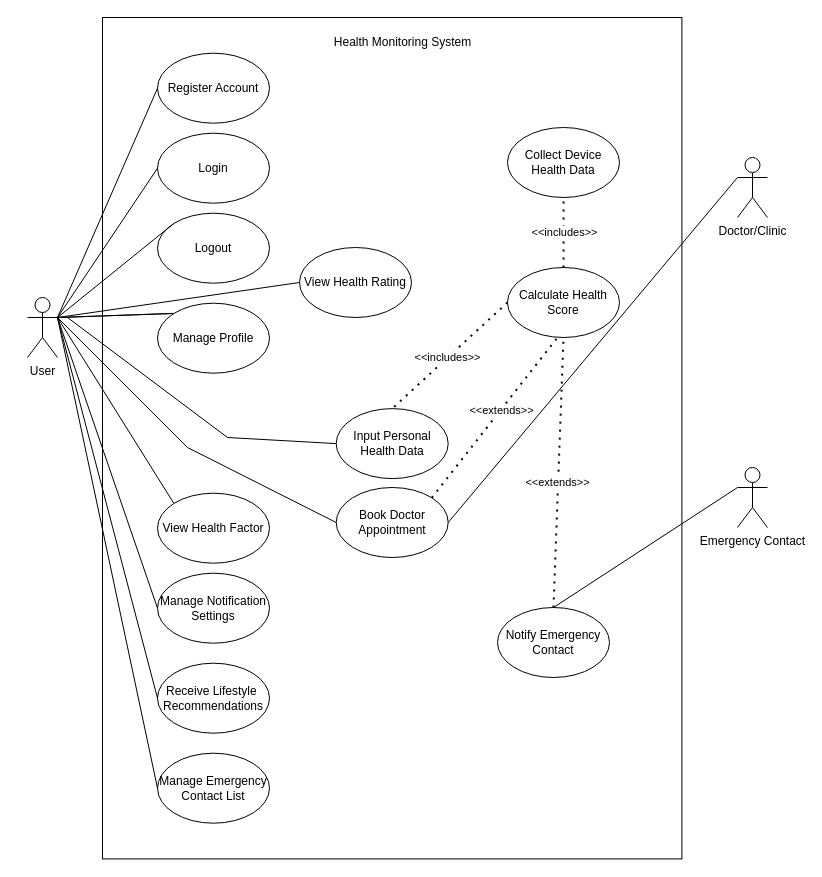
Before: design/Use Case Diagram MyClinic.drawio in igl-nigal/MyClinic, a draw.io diagram. Source tidied: cells renumbered, new cells numbered last; positions are measured from the earlier drawing's top-left corner, leaving out a move shared by most shapes. Both pictures are drawn from the tidied source at 100%, with x=0, y=0 at pixel (-29, 27).
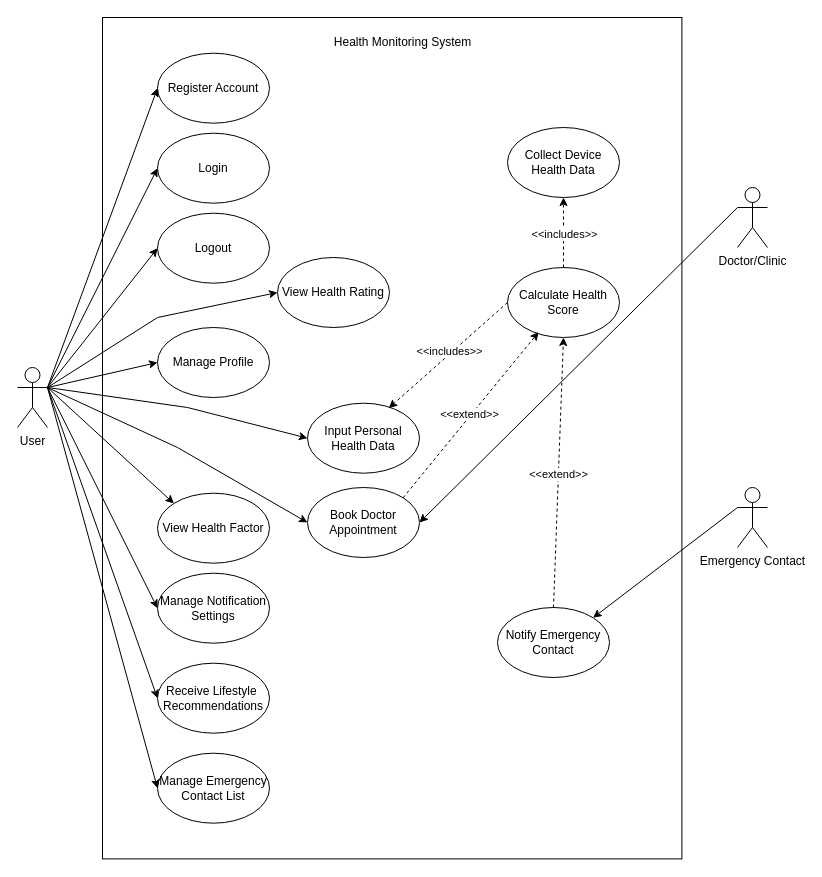
The same diagram, later.

The change refers to these unchanged cells:
```xml
<mxCell id="7" value="Collect Device Health Data" style="ellipse;whiteSpace=wrap;html=1;" parent="1" vertex="1">
  <mxGeometry x="536" y="100" width="112" height="70" as="geometry" />
</mxCell>
<mxCell id="8" value="Register Account" style="ellipse;whiteSpace=wrap;html=1;" parent="1" vertex="1">
  <mxGeometry x="186" y="25.7" width="112" height="70" as="geometry" />
</mxCell>
<mxCell id="9" value="Login" style="ellipse;whiteSpace=wrap;html=1;" parent="1" vertex="1">
  <mxGeometry x="186" y="105.7" width="112" height="70" as="geometry" />
</mxCell>
<mxCell id="10" value="Logout" style="ellipse;whiteSpace=wrap;html=1;" parent="1" vertex="1">
  <mxGeometry x="186" y="185.7" width="112" height="70" as="geometry" />
</mxCell>
<mxCell id="12" value="Calculate Health Score" style="ellipse;whiteSpace=wrap;html=1;" parent="1" vertex="1">
  <mxGeometry x="536" y="240" width="112" height="70" as="geometry" />
</mxCell>
<mxCell id="14" value="Receive Lifestyle&amp;nbsp; Recommendations" style="ellipse;whiteSpace=wrap;html=1;" parent="1" vertex="1">
  <mxGeometry x="186" y="635.7" width="112" height="70" as="geometry" />
</mxCell>
<mxCell id="16" value="Notify Emergency Contact" style="ellipse;whiteSpace=wrap;html=1;" parent="1" vertex="1">
  <mxGeometry x="526" y="580" width="112" height="70" as="geometry" />
</mxCell>
<mxCell id="17" value="Manage Notification Settings" style="ellipse;whiteSpace=wrap;html=1;" parent="1" vertex="1">
  <mxGeometry x="186" y="545.7" width="112" height="70" as="geometry" />
</mxCell>
<mxCell id="18" value="Manage Emergency Contact List" style="ellipse;whiteSpace=wrap;html=1;" parent="1" vertex="1">
  <mxGeometry x="186" y="725.7" width="112" height="70" as="geometry" />
</mxCell>
```

The edit, as a diff of the source:
```diff
@@
     <mxCell id="2" value="User" style="shape=umlActor;verticalLabelPosition=bottom;verticalAlign=top;html=1;outlineConnect=0;" parent="1" vertex="1">
-      <mxGeometry x="56" y="270" width="30" height="60" as="geometry" />
+      <mxGeometry x="46" y="340" width="30" height="60" as="geometry" />
     </mxCell>
@@
     <mxCell id="4" value="Doctor/Clinic" style="shape=umlActor;verticalLabelPosition=bottom;verticalAlign=top;html=1;outlineConnect=0;" parent="1" vertex="1">
-      <mxGeometry x="766" y="130" width="30" height="60" as="geometry" />
+      <mxGeometry x="766" y="160" width="30" height="60" as="geometry" />
     </mxCell>
     <mxCell id="5" value="Emergency Contact" style="shape=umlActor;verticalLabelPosition=bottom;verticalAlign=top;html=1;outlineConnect=0;" parent="1" vertex="1">
-      <mxGeometry x="766" y="440" width="30" height="60" as="geometry" />
+      <mxGeometry x="766" y="460" width="30" height="60" as="geometry" />
     </mxCell>
@@
     <mxCell id="11" value="Input Personal Health Data" style="ellipse;whiteSpace=wrap;html=1;" parent="1" vertex="1">
-      <mxGeometry x="364.7" y="381.1" width="112" height="70" as="geometry" />
+      <mxGeometry x="336" y="375.7" width="112" height="70" as="geometry" />
     </mxCell>
@@
     <mxCell id="13" value="View Health Rating" style="ellipse;whiteSpace=wrap;html=1;" parent="1" vertex="1">
-      <mxGeometry x="328" y="220" width="112" height="70" as="geometry" />
+      <mxGeometry x="306" y="230" width="112" height="70" as="geometry" />
     </mxCell>
@@
     <mxCell id="15" value="Book Doctor Appointment" style="ellipse;whiteSpace=wrap;html=1;" parent="1" vertex="1">
-      <mxGeometry x="364.7" y="460" width="112" height="70" as="geometry" />
+      <mxGeometry x="336" y="460" width="112" height="70" as="geometry" />
     </mxCell>
@@
+    <mxCell id="39" value="Manage Profile" style="ellipse;whiteSpace=wrap;html=1;" parent="1" vertex="1">
+      <mxGeometry x="186" y="300" width="112" height="70" as="geometry" />
+    </mxCell>
+    <mxCell id="41" value="View Health Factor" style="ellipse;whiteSpace=wrap;html=1;" parent="1" vertex="1">
+      <mxGeometry x="186" y="465.7" width="112" height="70" as="geometry" />
+    </mxCell>
-    <mxCell id="19" style="endArrow=none;html=1;rounded=0;entryX=0;entryY=0.5;entryDx=0;entryDy=0;exitX=1;exitY=0.3333333333333333;exitDx=0;exitDy=0;exitPerimeter=0;" parent="1" edge="1" source="2" target="8">
+    <mxCell id="19" style="endArrow=classic;html=1;rounded=0;exitX=1;exitY=0.3333333333333333;exitDx=0;exitDy=0;exitPerimeter=0;entryX=0;entryY=0.5;entryDx=0;entryDy=0;" parent="1" edge="1" source="2" target="8">
       <mxGeometry relative="1" as="geometry" />
     </mxCell>
-    <mxCell id="20" style="endArrow=none;html=1;rounded=0;entryX=1;entryY=0.3333333333333333;entryDx=0;entryDy=0;entryPerimeter=0;exitX=0;exitY=0.5;exitDx=0;exitDy=0;" parent="1" edge="1" source="9" target="2">
-      <mxGeometry relative="1" as="geometry" />
-    </mxCell>
+    <mxCell id="43" style="endArrow=classic;html=1;rounded=0;entryX=0;entryY=0.5;entryDx=0;entryDy=0;exitX=1;exitY=0.3333333333333333;exitDx=0;exitDy=0;exitPerimeter=0;" parent="1" edge="1" source="2" target="9">
+      <mxGeometry relative="1" as="geometry" />
+    </mxCell>
-    <mxCell id="21" style="endArrow=none;html=1;rounded=0;entryX=0;entryY=0;entryDx=0;entryDy=0;exitX=1;exitY=0.3333333333333333;exitDx=0;exitDy=0;exitPerimeter=0;" parent="1" edge="1" source="2" target="10">
+    <mxCell id="21" style="endArrow=classic;html=1;rounded=0;entryX=0;entryY=0.5;entryDx=0;entryDy=0;exitX=1;exitY=0.3333333333333333;exitDx=0;exitDy=0;exitPerimeter=0;" parent="1" edge="1" source="2" target="10">
       <mxGeometry relative="1" as="geometry" />
     </mxCell>
-    <mxCell id="22" style="endArrow=none;html=1;rounded=0;exitX=1;exitY=0.3333333333333333;exitDx=0;exitDy=0;exitPerimeter=0;entryX=0;entryY=0;entryDx=0;entryDy=0;" parent="1" edge="1" source="2" target="39">
-      <mxGeometry relative="1" as="geometry" />
-    </mxCell>
-    <mxCell id="23" style="endArrow=none;html=1;rounded=0;entryX=0;entryY=0.5;entryDx=0;entryDy=0;" parent="1" edge="1" target="11">
-      <mxGeometry relative="1" as="geometry">
-        <mxPoint x="96" y="290" as="sourcePoint" />
-        <Array as="points">
-          <mxPoint x="256" y="410" />
-        </Array>
-      </mxGeometry>
-    </mxCell>
-    <mxCell id="24" style="endArrow=none;html=1;rounded=0;entryX=0;entryY=0.5;entryDx=0;entryDy=0;exitX=1;exitY=0.3333333333333333;exitDx=0;exitDy=0;exitPerimeter=0;" parent="1" edge="1" source="2" target="13">
-      <mxGeometry relative="1" as="geometry" />
+    <mxCell id="24" style="endArrow=classic;html=1;rounded=0;entryX=0;entryY=0.5;entryDx=0;entryDy=0;exitX=1;exitY=0.3333333333333333;exitDx=0;exitDy=0;exitPerimeter=0;" parent="1" edge="1" source="2" target="13">
+      <mxGeometry relative="1" as="geometry">
+        <Array as="points">
+          <mxPoint x="186" y="290" />
+        </Array>
+      </mxGeometry>
     </mxCell>
-    <mxCell id="25" style="endArrow=none;html=1;rounded=0;exitX=0;exitY=0.5;exitDx=0;exitDy=0;entryX=1;entryY=0.3333333333333333;entryDx=0;entryDy=0;entryPerimeter=0;" parent="1" edge="1" source="15" target="2">
-      <mxGeometry relative="1" as="geometry">
-        <Array as="points">
-          <mxPoint x="216" y="420" />
-        </Array>
-      </mxGeometry>
-    </mxCell>
+    <mxCell id="44" style="endArrow=classic;html=1;rounded=0;entryX=0;entryY=0.5;entryDx=0;entryDy=0;exitX=1;exitY=0.3333333333333333;exitDx=0;exitDy=0;exitPerimeter=0;" parent="1" edge="1" source="2" target="39">
+      <mxGeometry relative="1" as="geometry" />
+    </mxCell>
+    <mxCell id="45" style="endArrow=classic;html=1;rounded=0;entryX=0;entryY=0.5;entryDx=0;entryDy=0;exitX=1;exitY=0.3333333333333333;exitDx=0;exitDy=0;exitPerimeter=0;" parent="1" edge="1" source="2" target="11">
+      <mxGeometry relative="1" as="geometry">
+        <Array as="points">
+          <mxPoint x="216" y="380" />
+        </Array>
+      </mxGeometry>
+    </mxCell>
+    <mxCell id="46" style="endArrow=classic;html=1;rounded=0;entryX=0;entryY=0.5;entryDx=0;entryDy=0;exitX=1;exitY=0.3333333333333333;exitDx=0;exitDy=0;exitPerimeter=0;" parent="1" edge="1" source="2" target="15">
+      <mxGeometry relative="1" as="geometry">
+        <Array as="points">
+          <mxPoint x="206" y="420" />
+        </Array>
+      </mxGeometry>
+    </mxCell>
+    <mxCell id="40" style="endArrow=classic;html=1;rounded=0;entryX=0;entryY=0;entryDx=0;entryDy=0;exitX=1;exitY=0.3333333333333333;exitDx=0;exitDy=0;exitPerimeter=0;" parent="1" edge="1" source="2" target="41">
+      <mxGeometry relative="1" as="geometry" />
+    </mxCell>
-    <mxCell id="26" style="endArrow=none;html=1;rounded=0;entryX=0;entryY=0.5;entryDx=0;entryDy=0;exitX=1;exitY=0.3333333333333333;exitDx=0;exitDy=0;exitPerimeter=0;" parent="1" edge="1" source="2" target="17">
+    <mxCell id="26" style="endArrow=classic;html=1;rounded=0;entryX=0;entryY=0.5;entryDx=0;entryDy=0;exitX=1;exitY=0.3333333333333333;exitDx=0;exitDy=0;exitPerimeter=0;" parent="1" edge="1" source="2" target="17">
       <mxGeometry relative="1" as="geometry" />
     </mxCell>
-    <mxCell id="27" style="endArrow=none;html=1;rounded=0;entryX=0;entryY=0.5;entryDx=0;entryDy=0;" parent="1" edge="1" target="18">
-      <mxGeometry relative="1" as="geometry">
-        <mxPoint x="86" y="290" as="sourcePoint" />
-      </mxGeometry>
-    </mxCell>
-    <mxCell id="28" style="endArrow=none;html=1;rounded=0;entryX=0;entryY=0.3333333333333333;entryDx=0;entryDy=0;entryPerimeter=0;exitX=1;exitY=0.5;exitDx=0;exitDy=0;" parent="1" edge="1" source="15" target="4">
-      <mxGeometry relative="1" as="geometry" />
-    </mxCell>
-    <mxCell id="29" style="endArrow=none;html=1;rounded=0;entryX=0;entryY=0.3333333333333333;entryDx=0;entryDy=0;entryPerimeter=0;exitX=0.5;exitY=0;exitDx=0;exitDy=0;" parent="1" edge="1" source="16" target="5">
-      <mxGeometry relative="1" as="geometry" />
-    </mxCell>
+    <mxCell id="47" style="endArrow=classic;html=1;rounded=0;entryX=0;entryY=0.5;entryDx=0;entryDy=0;exitX=1;exitY=0.3333333333333333;exitDx=0;exitDy=0;exitPerimeter=0;" parent="1" edge="1" source="2" target="14">
+      <mxGeometry relative="1" as="geometry" />
+    </mxCell>
+    <mxCell id="48" style="endArrow=classic;html=1;rounded=0;entryX=0;entryY=0.5;entryDx=0;entryDy=0;exitX=1;exitY=0.3333333333333333;exitDx=0;exitDy=0;exitPerimeter=0;" parent="1" edge="1" source="2" target="18">
+      <mxGeometry relative="1" as="geometry" />
+    </mxCell>
+    <mxCell id="49" style="endArrow=classic;html=1;rounded=0;entryX=1;entryY=0.5;entryDx=0;entryDy=0;exitX=0;exitY=0.3333333333333333;exitDx=0;exitDy=0;exitPerimeter=0;" parent="1" edge="1" source="4" target="15">
+      <mxGeometry relative="1" as="geometry" />
+    </mxCell>
+    <mxCell id="50" style="endArrow=classic;html=1;rounded=0;entryX=1;entryY=0;entryDx=0;entryDy=0;exitX=0;exitY=0.3333333333333333;exitDx=0;exitDy=0;exitPerimeter=0;" parent="1" edge="1" source="5" target="16">
+      <mxGeometry relative="1" as="geometry" />
+    </mxCell>
+    <mxCell id="32" style="endArrow=classic;html=1;rounded=0;dashed=1;entryX=0.5;entryY=1;entryDx=0;entryDy=0;" parent="1" edge="1" source="12" target="7">
+      <mxGeometry relative="1" as="geometry" />
+    </mxCell>
+    <mxCell id="51" value="&amp;lt;&amp;lt;includes&amp;gt;&amp;gt;" style="edgeLabel;html=1;align=center;verticalAlign=middle;" parent="32" vertex="1">
+      <mxGeometry x="-0.02" relative="1" as="geometry" />
+    </mxCell>
+    <mxCell id="34" style="endArrow=classic;html=1;rounded=0;dashed=1;entryX=0.5;entryY=1;entryDx=0;entryDy=0;exitX=0.5;exitY=0;exitDx=0;exitDy=0;" parent="1" edge="1" source="16" target="12">
+      <mxGeometry relative="1" as="geometry" />
+    </mxCell>
+    <mxCell id="52" value="&amp;lt;&amp;lt;extend&amp;gt;&amp;gt;" style="edgeLabel;html=1;align=center;verticalAlign=middle;" parent="34" vertex="1">
+      <mxGeometry x="-0.01" relative="1" as="geometry" />
+    </mxCell>
-    <mxCell id="30" style="endArrow=none;dashed=1;html=1;dashPattern=1 3;strokeWidth=2;rounded=0;entryX=0.5;entryY=0;entryDx=0;entryDy=0;exitX=0;exitY=0.5;exitDx=0;exitDy=0;" parent="1" edge="1" source="12" target="11">
+    <mxCell id="30" style="endArrow=classic;html=1;rounded=0;entryX=0.726;entryY=0.07;entryDx=0;entryDy=0;entryPerimeter=0;exitX=0;exitY=0.5;exitDx=0;exitDy=0;dashed=1;" parent="1" edge="1" source="12" target="11">
       <mxGeometry relative="1" as="geometry" />
     </mxCell>
-    <mxCell id="31" value="&amp;lt;&amp;lt;includes&amp;gt;&amp;gt;" style="edgeLabel;html=1;align=center;verticalAlign=middle;" parent="30" vertex="1">
-      <mxGeometry x="0.04" y="-2" relative="1" as="geometry">
-        <mxPoint y="1" as="offset" />
-      </mxGeometry>
-    </mxCell>
-    <mxCell id="32" style="endArrow=none;dashed=1;html=1;dashPattern=1 3;strokeWidth=2;rounded=0;entryX=0.5;entryY=1;entryDx=0;entryDy=0;exitX=0.5;exitY=0;exitDx=0;exitDy=0;" parent="1" edge="1" source="12" target="7">
-      <mxGeometry relative="1" as="geometry" />
-    </mxCell>
-    <mxCell id="33" value="&amp;lt;&amp;lt;includes&amp;gt;&amp;gt;" style="edgeLabel;html=1;align=center;verticalAlign=middle;" parent="32" vertex="1">
-      <mxGeometry x="0.03" relative="1" as="geometry" />
-    </mxCell>
-    <mxCell id="34" style="endArrow=none;dashed=1;html=1;dashPattern=1 3;strokeWidth=2;rounded=0;entryX=0.5;entryY=1;entryDx=0;entryDy=0;exitX=0.5;exitY=0;exitDx=0;exitDy=0;" parent="1" edge="1" source="16" target="12">
-      <mxGeometry relative="1" as="geometry" />
-    </mxCell>
-    <mxCell id="35" value="&amp;lt;&amp;lt;extends&amp;gt;&amp;gt;" style="edgeLabel;html=1;align=center;verticalAlign=middle;" parent="34" vertex="1">
-      <mxGeometry x="-0.07" relative="1" as="geometry">
-        <mxPoint x="-1" as="offset" />
-      </mxGeometry>
-    </mxCell>
-    <mxCell id="36" style="endArrow=none;dashed=1;html=1;dashPattern=1 3;strokeWidth=2;rounded=0;exitX=1;exitY=0;exitDx=0;exitDy=0;" parent="1" edge="1" source="15">
-      <mxGeometry relative="1" as="geometry">
-        <mxPoint x="586" y="310" as="targetPoint" />
-      </mxGeometry>
-    </mxCell>
-    <mxCell id="37" value="&amp;lt;&amp;lt;extends&amp;gt;&amp;gt;" style="edgeLabel;html=1;align=center;verticalAlign=middle;" parent="36" vertex="1">
-      <mxGeometry x="0.1" relative="1" as="geometry" />
-    </mxCell>
-    <mxCell id="38" style="endArrow=none;html=1;rounded=0;entryX=0;entryY=0;entryDx=0;entryDy=0;exitX=1;exitY=0.3333333333333333;exitDx=0;exitDy=0;exitPerimeter=0;" parent="1" edge="1" source="2" target="39">
-      <mxGeometry relative="1" as="geometry" />
-    </mxCell>
-    <mxCell id="39" value="Manage Profile" style="ellipse;whiteSpace=wrap;html=1;" parent="1" vertex="1">
-      <mxGeometry x="186" y="275.7" width="112" height="70" as="geometry" />
-    </mxCell>
-    <mxCell id="40" style="endArrow=none;html=1;rounded=0;entryX=0;entryY=0;entryDx=0;entryDy=0;exitX=1;exitY=0.3333333333333333;exitDx=0;exitDy=0;exitPerimeter=0;" parent="1" edge="1" source="2" target="41">
-      <mxGeometry relative="1" as="geometry" />
-    </mxCell>
-    <mxCell id="41" value="View Health Factor" style="ellipse;whiteSpace=wrap;html=1;" parent="1" vertex="1">
-      <mxGeometry x="186" y="465.7" width="112" height="70" as="geometry" />
-    </mxCell>
-    <mxCell id="42" style="endArrow=none;html=1;rounded=0;entryX=1;entryY=0.3333333333333333;entryDx=0;entryDy=0;entryPerimeter=0;exitX=0;exitY=0.5;exitDx=0;exitDy=0;" parent="1" edge="1" source="14" target="2">
-      <mxGeometry relative="1" as="geometry" />
-    </mxCell>
+    <mxCell id="53" value="&amp;lt;&amp;lt;includes&amp;gt;&amp;gt;" style="edgeLabel;html=1;align=center;verticalAlign=middle;" parent="30" vertex="1">
+      <mxGeometry x="-0.03" y="-2" relative="1" as="geometry">
+        <mxPoint y="-1" as="offset" />
+      </mxGeometry>
+    </mxCell>
+    <mxCell id="54" style="endArrow=classic;html=1;rounded=0;dashed=1;entryX=0.278;entryY=0.922;entryDx=0;entryDy=0;entryPerimeter=0;exitX=1;exitY=0;exitDx=0;exitDy=0;" parent="1" edge="1" source="15" target="12">
+      <mxGeometry relative="1" as="geometry" />
+    </mxCell>
+    <mxCell id="55" value="&amp;lt;&amp;lt;extend&amp;gt;&amp;gt;" style="edgeLabel;html=1;align=center;verticalAlign=middle;" parent="54" vertex="1">
+      <mxGeometry y="2" relative="1" as="geometry" />
+    </mxCell>
```
